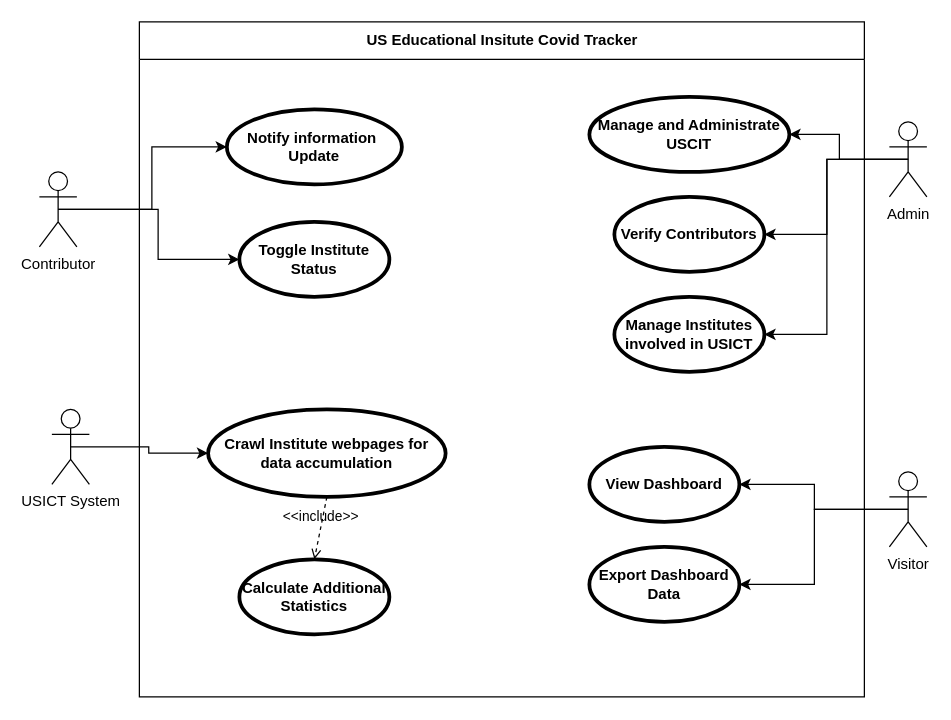
The draw.io diagram UsecaseXinfoAssign1.drawio in AitazazK/Test, before the edit. Source tidied: cells renumbered, new cells numbered last; positions are measured from the earlier drawing's top-left corner, leaving out a move shared by most shapes. Both pictures are drawn from the tidied source at 125%, with x=0, y=0 at pixel (39, 21).
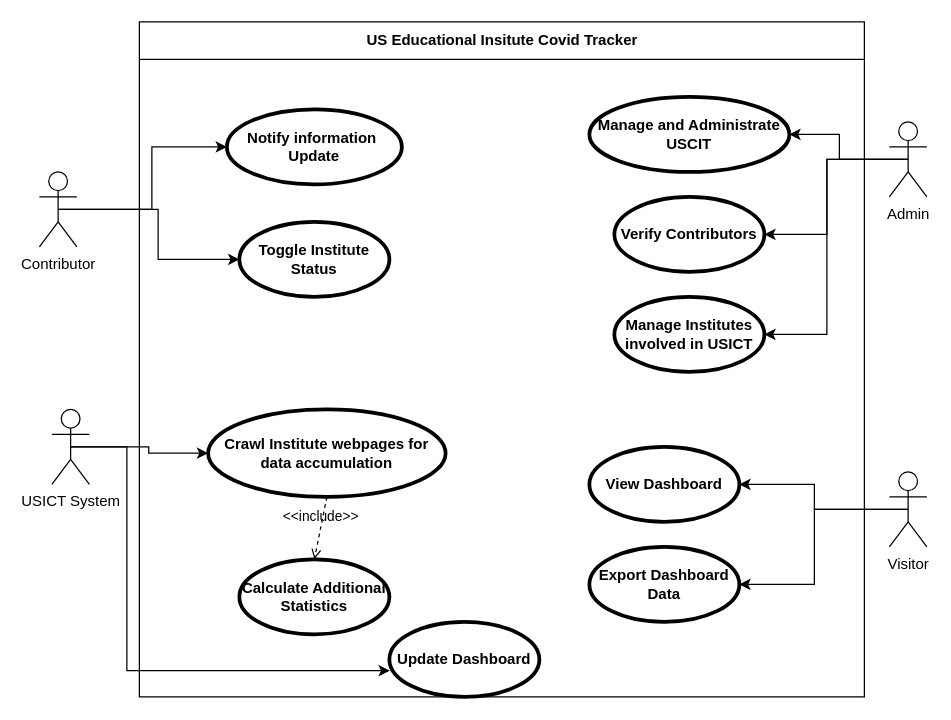
After the change.

The change refers to these unchanged cells:
```xml
<mxCell id="2" value="US Educational Insitute Covid Tracker" style="swimlane;fontStyle=1;align=center;horizontal=1;startSize=30;html=1;" parent="1" vertex="1">
  <mxGeometry x="80" width="580" height="540" as="geometry" />
</mxCell>
<mxCell id="24" value="USICT System" style="shape=umlActor;html=1;verticalLabelPosition=bottom;verticalAlign=top;align=center;" parent="1" vertex="1">
  <mxGeometry x="10" y="310" width="30" height="60" as="geometry" />
</mxCell>
```

The edit, as a diff of the source:
```diff
@@
+    <mxCell id="25" value="Update Dashboard" style="shape=ellipse;html=1;strokeWidth=3;fontStyle=1;whiteSpace=wrap;align=center;perimeter=ellipsePerimeter;" parent="2" vertex="1">
+      <mxGeometry x="200" y="480" width="120" height="60" as="geometry" />
+    </mxCell>
@@
+    <mxCell id="26" style="edgeStyle=orthogonalEdgeStyle;rounded=0;jettySize=auto;html=1;exitX=0.5;exitY=0.5;exitDx=0;exitDy=0;exitPerimeter=0;entryX=0.003;entryY=0.65;entryDx=0;entryDy=0;entryPerimeter=0;" parent="1" edge="1" source="24" target="25">
+      <mxGeometry relative="1" as="geometry">
+        <Array as="points">
+          <mxPoint x="70" y="340" />
+          <mxPoint x="70" y="519" />
+        </Array>
+      </mxGeometry>
+    </mxCell>
```
